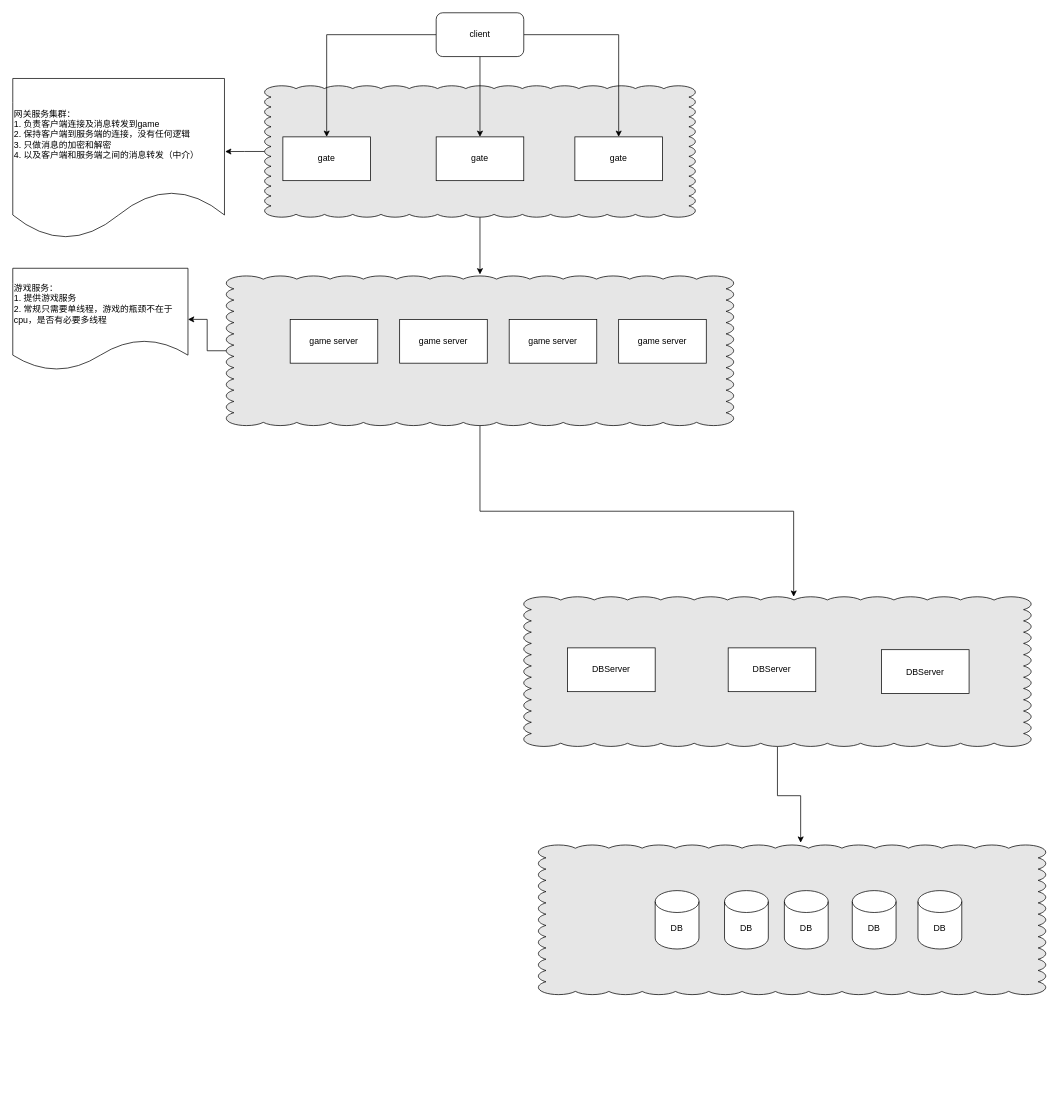
Earlier version of the draw.io diagram architecture.drawio (smakry/drawio). Source tidied: cells renumbered, new cells numbered last; positions are measured from the earlier drawing's top-left corner, leaving out a move shared by most shapes. Both pictures are drawn from the tidied source at 73%, with x=0, y=0 at pixel (12, 12).
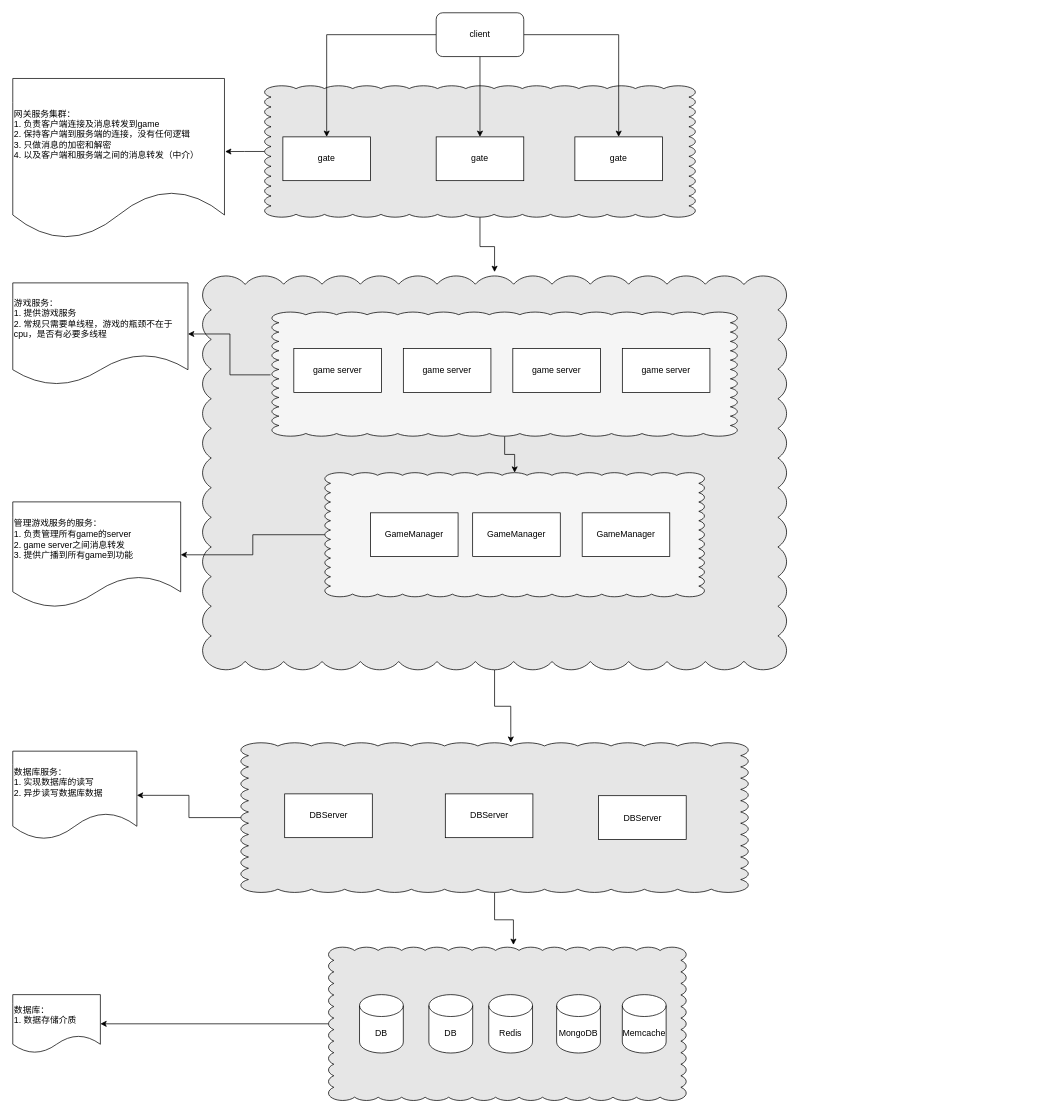
The same diagram, later.

Diff of the diagram source:
```diff
@@
+    <mxCell id="32" style="edgeStyle=orthogonalEdgeStyle;rounded=0;jettySize=auto;html=1;" parent="1" edge="1" source="2" target="44">
+      <mxGeometry relative="1" as="geometry" />
+    </mxCell>
     <mxCell id="2" style="whiteSpace=wrap;html=1;shape=mxgraph.basic.cloud_rect;labelBackgroundColor=none;fillColor=#E6E6E6;" parent="1" vertex="1">
-      <mxGeometry x="720" y="1140" width="695" height="205" as="geometry" />
+      <mxGeometry x="432.5" y="1280" width="490" height="210" as="geometry" />
     </mxCell>
-    <mxCell id="3" style="edgeStyle=orthogonalEdgeStyle;rounded=0;jettySize=auto;html=1;" parent="1" edge="1" source="5" target="18">
-      <mxGeometry relative="1" as="geometry" />
-    </mxCell>
@@
+    <mxCell id="33" style="edgeStyle=orthogonalEdgeStyle;rounded=0;jettySize=auto;html=1;entryX=0.479;entryY=0.005;entryDx=0;entryDy=0;entryPerimeter=0;" parent="1" edge="1" source="5" target="36">
+      <mxGeometry relative="1" as="geometry">
+        <Array as="points">
+          <mxPoint x="490" y="648" />
+          <mxPoint x="349" y="648" />
+        </Array>
+      </mxGeometry>
+    </mxCell>
     <mxCell id="5" style="whiteSpace=wrap;html=1;shape=mxgraph.basic.cloud_rect;labelBackgroundColor=none;fillColor=#E6E6E6;" parent="1" vertex="1">
-      <mxGeometry x="292.5" y="360.5" width="695" height="205" as="geometry" />
+      <mxGeometry x="260" y="360.5" width="800" height="539.5" as="geometry" />
     </mxCell>
@@
-    <mxCell id="17" value="game server" style="rounded=0;whiteSpace=wrap;html=1;" parent="1" vertex="1">
-      <mxGeometry x="380" y="420" width="120" height="60" as="geometry" />
-    </mxCell>
     <mxCell id="18" value="游戏服务：&lt;br&gt;1. 提供游戏服务&lt;br&gt;2. 常规只需要单线程，游戏的瓶颈不在于cpu，是否有必要多线程" style="shape=document;whiteSpace=wrap;html=1;boundedLbl=1;rounded=0;align=left;" parent="1" vertex="1">
-      <mxGeometry y="350" width="240" height="140" as="geometry" />
+      <mxGeometry y="370" width="240" height="140" as="geometry" />
     </mxCell>
-    <mxCell id="19" value="game server" style="rounded=0;whiteSpace=wrap;html=1;" parent="1" vertex="1">
-      <mxGeometry x="530" y="420" width="120" height="60" as="geometry" />
-    </mxCell>
-    <mxCell id="20" value="game server" style="rounded=0;whiteSpace=wrap;html=1;" parent="1" vertex="1">
-      <mxGeometry x="680" y="420" width="120" height="60" as="geometry" />
-    </mxCell>
-    <mxCell id="21" value="game server" style="rounded=0;whiteSpace=wrap;html=1;" parent="1" vertex="1">
-      <mxGeometry x="830" y="420" width="120" height="60" as="geometry" />
-    </mxCell>
     <mxCell id="22" value="DB" style="shape=cylinder3;whiteSpace=wrap;html=1;boundedLbl=1;backgroundOutline=1;size=15;labelBackgroundColor=none;fillColor=#FFFFFF;" parent="1" vertex="1">
-      <mxGeometry x="880" y="1202.5" width="60" height="80" as="geometry" />
+      <mxGeometry x="475" y="1345" width="60" height="80" as="geometry" />
     </mxCell>
     <mxCell id="23" value="DB" style="shape=cylinder3;whiteSpace=wrap;html=1;boundedLbl=1;backgroundOutline=1;size=15;labelBackgroundColor=none;fillColor=#FFFFFF;" parent="1" vertex="1">
-      <mxGeometry x="975" y="1202.5" width="60" height="80" as="geometry" />
+      <mxGeometry x="570" y="1345" width="60" height="80" as="geometry" />
     </mxCell>
-    <mxCell id="24" value="DB" style="shape=cylinder3;whiteSpace=wrap;html=1;boundedLbl=1;backgroundOutline=1;size=15;labelBackgroundColor=none;fillColor=#FFFFFF;" parent="1" vertex="1">
-      <mxGeometry x="1057" y="1202.5" width="60" height="80" as="geometry" />
+    <mxCell id="24" value="Redis" style="shape=cylinder3;whiteSpace=wrap;html=1;boundedLbl=1;backgroundOutline=1;size=15;labelBackgroundColor=none;fillColor=#FFFFFF;" parent="1" vertex="1">
+      <mxGeometry x="652" y="1345" width="60" height="80" as="geometry" />
     </mxCell>
-    <mxCell id="25" value="DB" style="shape=cylinder3;whiteSpace=wrap;html=1;boundedLbl=1;backgroundOutline=1;size=15;labelBackgroundColor=none;fillColor=#FFFFFF;" parent="1" vertex="1">
-      <mxGeometry x="1150" y="1202.5" width="60" height="80" as="geometry" />
+    <mxCell id="25" value="MongoDB" style="shape=cylinder3;whiteSpace=wrap;html=1;boundedLbl=1;backgroundOutline=1;size=15;labelBackgroundColor=none;fillColor=#FFFFFF;" parent="1" vertex="1">
+      <mxGeometry x="745" y="1345" width="60" height="80" as="geometry" />
     </mxCell>
-    <mxCell id="26" value="DB" style="shape=cylinder3;whiteSpace=wrap;html=1;boundedLbl=1;backgroundOutline=1;size=15;labelBackgroundColor=none;fillColor=#FFFFFF;" parent="1" vertex="1">
-      <mxGeometry x="1240" y="1202.5" width="60" height="80" as="geometry" />
+    <mxCell id="26" value="Memcache" style="shape=cylinder3;whiteSpace=wrap;html=1;boundedLbl=1;backgroundOutline=1;size=15;labelBackgroundColor=none;fillColor=#FFFFFF;" parent="1" vertex="1">
+      <mxGeometry x="835" y="1345" width="60" height="80" as="geometry" />
     </mxCell>
@@
+    <mxCell id="34" style="edgeStyle=orthogonalEdgeStyle;rounded=0;jettySize=auto;html=1;" parent="1" edge="1" source="28" target="43">
+      <mxGeometry relative="1" as="geometry" />
+    </mxCell>
     <mxCell id="28" style="whiteSpace=wrap;html=1;shape=mxgraph.basic.cloud_rect;labelBackgroundColor=none;fillColor=#E6E6E6;" parent="1" vertex="1">
-      <mxGeometry x="700" y="800" width="695" height="205" as="geometry" />
+      <mxGeometry x="312.5" y="1000" width="695" height="205" as="geometry" />
     </mxCell>
     <mxCell id="29" value="DBServer" style="rounded=0;whiteSpace=wrap;html=1;labelBackgroundColor=none;fillColor=#FFFFFF;" parent="1" vertex="1">
-      <mxGeometry x="760" y="870" width="120" height="60" as="geometry" />
+      <mxGeometry x="372.5" y="1070" width="120" height="60" as="geometry" />
     </mxCell>
     <mxCell id="30" value="DBServer" style="rounded=0;whiteSpace=wrap;html=1;labelBackgroundColor=none;fillColor=#FFFFFF;" parent="1" vertex="1">
-      <mxGeometry x="980" y="870" width="120" height="60" as="geometry" />
+      <mxGeometry x="592.5" y="1070" width="120" height="60" as="geometry" />
     </mxCell>
     <mxCell id="31" value="DBServer" style="rounded=0;whiteSpace=wrap;html=1;labelBackgroundColor=none;fillColor=#FFFFFF;" parent="1" vertex="1">
-      <mxGeometry x="1190" y="872.5" width="120" height="60" as="geometry" />
+      <mxGeometry x="802.5" y="1072.5" width="120" height="60" as="geometry" />
     </mxCell>
+    <mxCell id="35" style="edgeStyle=orthogonalEdgeStyle;rounded=0;jettySize=auto;html=1;" parent="1" edge="1" source="36" target="42">
+      <mxGeometry relative="1" as="geometry" />
+    </mxCell>
+    <mxCell id="36" style="whiteSpace=wrap;html=1;shape=mxgraph.basic.cloud_rect;labelBackgroundColor=none;fillColor=#F5F5F5;" parent="1" vertex="1">
+      <mxGeometry x="427.5" y="630" width="520" height="170" as="geometry" />
+    </mxCell>
+    <mxCell id="37" value="GameManager" style="rounded=0;whiteSpace=wrap;html=1;labelBackgroundColor=none;fillColor=#FFFFFF;" parent="1" vertex="1">
+      <mxGeometry x="490" y="685" width="120" height="60" as="geometry" />
+    </mxCell>
+    <mxCell id="38" value="GameManager" style="rounded=0;whiteSpace=wrap;html=1;labelBackgroundColor=none;fillColor=#FFFFFF;" parent="1" vertex="1">
+      <mxGeometry x="630" y="685" width="120" height="60" as="geometry" />
+    </mxCell>
+    <mxCell id="39" value="GameManager" style="rounded=0;whiteSpace=wrap;html=1;labelBackgroundColor=none;fillColor=#FFFFFF;" parent="1" vertex="1">
+      <mxGeometry x="780" y="685" width="120" height="60" as="geometry" />
+    </mxCell>
+    <mxCell id="40" style="edgeStyle=orthogonalEdgeStyle;rounded=0;jettySize=auto;html=1;" parent="1" edge="1" source="41" target="36">
+      <mxGeometry relative="1" as="geometry" />
+    </mxCell>
+    <mxCell id="41" style="whiteSpace=wrap;html=1;shape=mxgraph.basic.cloud_rect;labelBackgroundColor=none;fillColor=#F5F5F5;" parent="1" vertex="1">
+      <mxGeometry x="355" y="410" width="637.5" height="170" as="geometry" />
+    </mxCell>
+    <mxCell id="17" value="game server" style="rounded=0;whiteSpace=wrap;html=1;" parent="1" vertex="1">
+      <mxGeometry x="385" y="460" width="120" height="60" as="geometry" />
+    </mxCell>
+    <mxCell id="19" value="game server" style="rounded=0;whiteSpace=wrap;html=1;" parent="1" vertex="1">
+      <mxGeometry x="535" y="460" width="120" height="60" as="geometry" />
+    </mxCell>
+    <mxCell id="20" value="game server" style="rounded=0;whiteSpace=wrap;html=1;" parent="1" vertex="1">
+      <mxGeometry x="685" y="460" width="120" height="60" as="geometry" />
+    </mxCell>
+    <mxCell id="21" value="game server" style="rounded=0;whiteSpace=wrap;html=1;" parent="1" vertex="1">
+      <mxGeometry x="835" y="460" width="120" height="60" as="geometry" />
+    </mxCell>
+    <mxCell id="3" style="edgeStyle=orthogonalEdgeStyle;rounded=0;jettySize=auto;html=1;exitX=-0.003;exitY=0.506;exitDx=0;exitDy=0;exitPerimeter=0;" parent="1" edge="1" source="41" target="18">
+      <mxGeometry relative="1" as="geometry" />
+    </mxCell>
+    <mxCell id="42" value="管理游戏服务的服务：&lt;br&gt;1. 负责管理所有game的server&lt;br&gt;2. game server之间消息转发&lt;br&gt;3. 提供广播到所有game到功能" style="shape=document;whiteSpace=wrap;html=1;boundedLbl=1;fillColor=#FFFFFF;labelBackgroundColor=none;align=left;" parent="1" vertex="1">
+      <mxGeometry y="670" width="230" height="145" as="geometry" />
+    </mxCell>
+    <mxCell id="43" value="数据库服务：&lt;br&gt;1. 实现数据库的读写&lt;br&gt;2. 异步读写数据库数据" style="shape=document;whiteSpace=wrap;html=1;boundedLbl=1;fillColor=#FFFFFF;labelBackgroundColor=none;align=left;" parent="1" vertex="1">
+      <mxGeometry y="1011.5" width="170" height="121" as="geometry" />
+    </mxCell>
+    <mxCell id="44" value="数据库：&lt;br&gt;1. 数据存储介质" style="shape=document;whiteSpace=wrap;html=1;boundedLbl=1;fillColor=#FFFFFF;labelBackgroundColor=none;align=left;" parent="1" vertex="1">
+      <mxGeometry y="1345" width="120" height="80" as="geometry" />
+    </mxCell>
```
